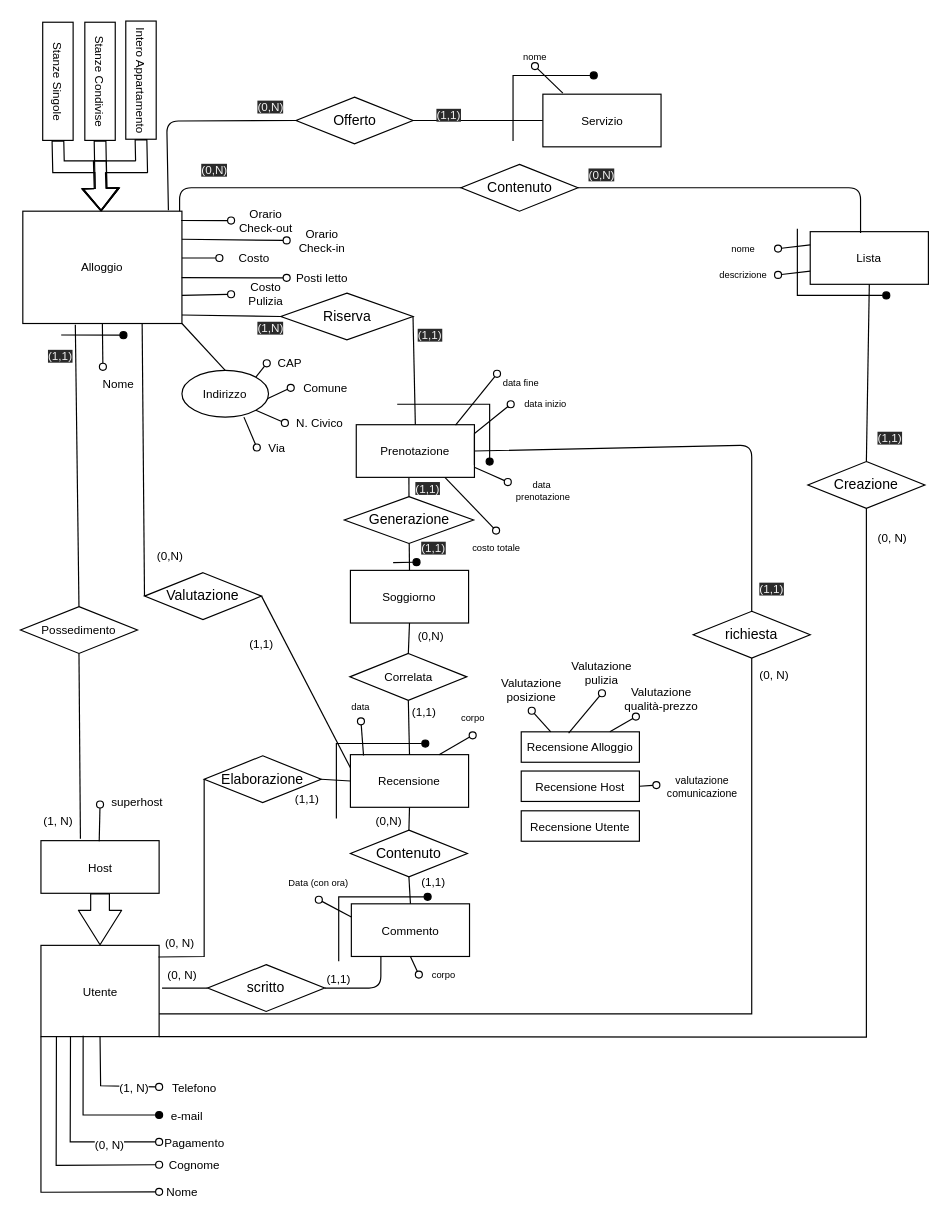
Earlier version of the draw.io diagram page "Page-4" (4 of 14) of ER.drawio (eduardz1/Home-Booking). Source tidied: cells renumbered, new cells numbered last; positions are measured from the earlier drawing's top-left corner, leaving out a move shared by most shapes. Both pictures are drawn from the tidied source at 117%, with x=0, y=0 at pixel (-2, 47).
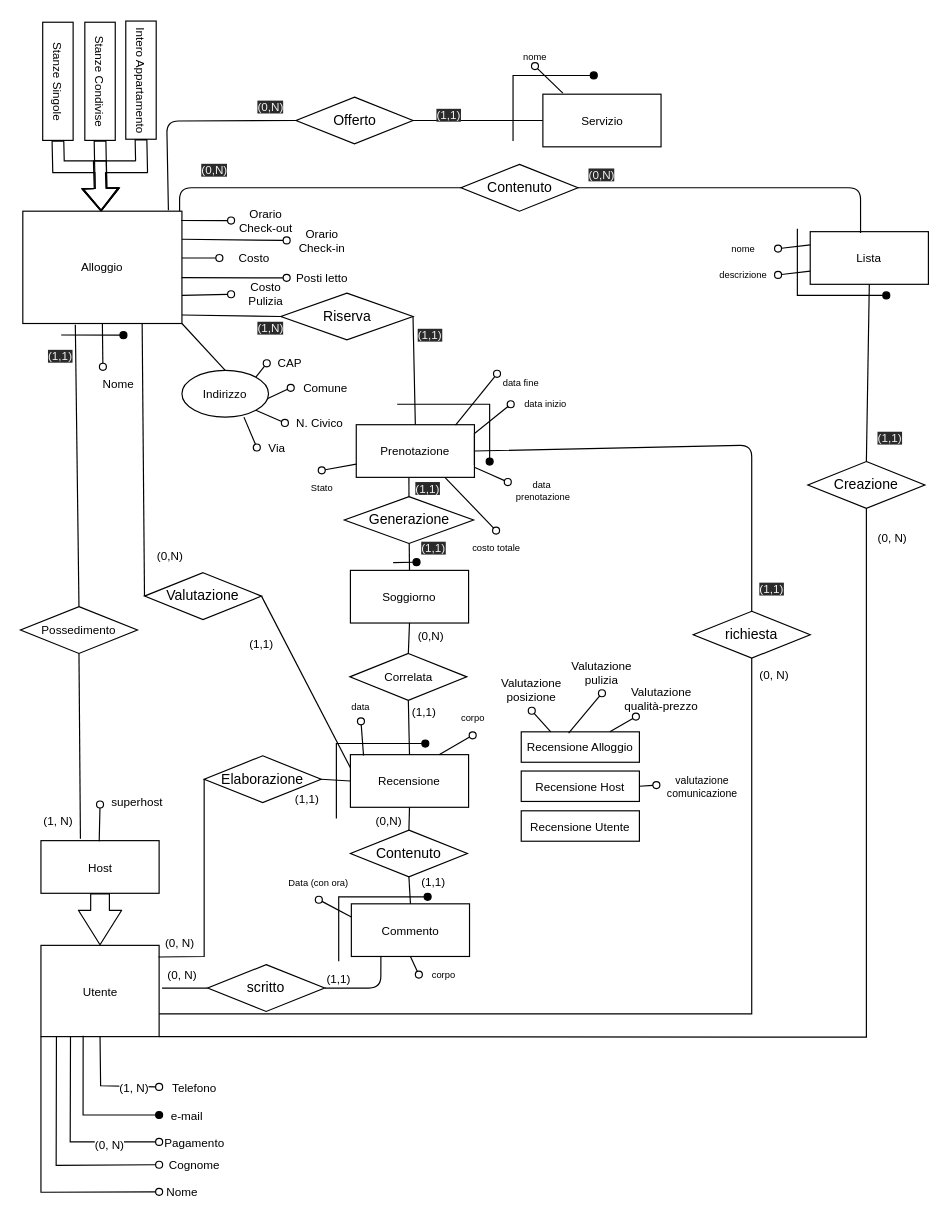
After the change.

The change refers to these unchanged cells:
```xml
<mxCell id="55" value="&lt;font style=&quot;font-size: 10px;&quot;&gt;Prenotazione&lt;/font&gt;" style="rounded=0;whiteSpace=wrap;html=1;fontSize=10;" parent="1" vertex="1">
  <mxGeometry x="306" y="322.5" width="101" height="45" as="geometry" />
</mxCell>
```

What changed in the source:
```diff
@@
+    <mxCell id="162" style="endArrow=none;html=1;rounded=0;align=center;verticalAlign=top;endFill=0;labelBackgroundColor=none;endSize=6;startArrow=oval;startFill=0;fontSize=10;entryX=0;entryY=0.75;entryDx=0;entryDy=0;exitX=0.5;exitY=0;exitDx=0;exitDy=0;" parent="1" edge="1" source="163" target="55">
+      <mxGeometry relative="1" as="geometry" />
+    </mxCell>
+    <mxCell id="163" value="Stato" style="text;html=1;strokeColor=none;fillColor=none;align=center;verticalAlign=middle;whiteSpace=wrap;rounded=0;fontSize=8;" parent="1" vertex="1">
+      <mxGeometry x="246.5" y="361.5" width="60" height="30" as="geometry" />
+    </mxCell>
```
